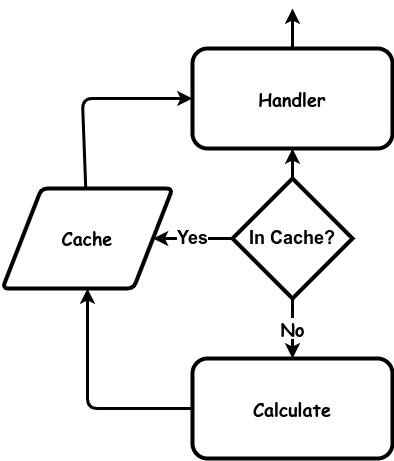
Above: images/caching.drawio.png in garfix/architectural-patterns (draw.io), before the change. Source tidied: cells renumbered, new cells last; positions are measured from the earlier drawing's top-left corner, leaving out a move shared by most shapes.
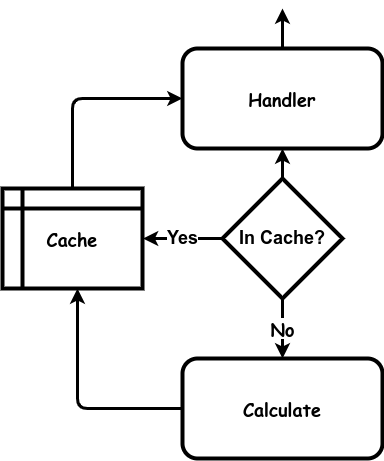
After the change.

The edit, as a diff of the source:
```diff
@@ -5,15 +5,14 @@
     <mxCell id="2" value="&lt;b style=&quot;font-size: 18px;&quot;&gt;Calculate&lt;br&gt;&lt;/b&gt;" style="rounded=1;whiteSpace=wrap;html=1;strokeWidth=4;fontFamily=Comic Sans MS;fontSize=18;" parent="1" vertex="1">
       <mxGeometry x="190" y="350" width="200" height="100" as="geometry" />
     </mxCell>
-    <mxCell id="3" value="&lt;b&gt;&lt;font style=&quot;font-size: 18px;&quot;&gt;Yes&lt;/font&gt;&lt;/b&gt;" style="endArrow=none;startArrow=classic;html=1;rounded=0;strokeWidth=3;endFill=0;" parent="1" edge="1" source="5" target="10">
-      <mxGeometry relative="1" as="geometry" />
+    <mxCell id="3" value="&lt;b&gt;&lt;font style=&quot;font-size: 18px;&quot;&gt;Yes&lt;/font&gt;&lt;/b&gt;" style="endArrow=none;startArrow=classic;html=1;rounded=0;strokeWidth=3;endFill=0;" parent="1" edge="1" target="10">
+      <mxGeometry relative="1" as="geometry">
+        <mxPoint x="150.4" y="230" as="sourcePoint" />
+      </mxGeometry>
     </mxCell>
     <mxCell id="4" value="&lt;b&gt;&lt;font style=&quot;font-size: 18px;&quot; face=&quot;Comic Sans MS&quot;&gt;No&lt;/font&gt;&lt;/b&gt;" style="endArrow=none;startArrow=classic;html=1;rounded=0;strokeWidth=3;endFill=0;" parent="1" edge="1" source="2" target="10">
       <mxGeometry relative="1" as="geometry" />
     </mxCell>
-    <mxCell id="5" value="&lt;font face=&quot;Comic Sans MS&quot; style=&quot;font-size: 18px;&quot;&gt;Cache&lt;br&gt;&lt;/font&gt;" style="shape=parallelogram;html=1;strokeWidth=4;perimeter=parallelogramPerimeter;whiteSpace=wrap;rounded=1;arcSize=12;size=0.23;fontStyle=1;fontSize=18;" parent="1" vertex="1">
-      <mxGeometry y="180" width="170" height="100" as="geometry" />
-    </mxCell>
     <mxCell id="6" style="endArrow=none;startArrow=classic;html=1;rounded=1;strokeWidth=3;endFill=0;" parent="1" edge="1" source="7" target="5">
       <mxGeometry relative="1" as="geometry">
         <Array as="points">
@@ -29,8 +28,9 @@
         <mxPoint x="290" as="sourcePoint" />
       </mxGeometry>
     </mxCell>
-    <mxCell id="9" style="endArrow=none;startArrow=classic;html=1;rounded=1;strokeWidth=3;endFill=0;" parent="1" edge="1" source="5" target="2">
+    <mxCell id="9" style="endArrow=none;startArrow=classic;html=1;rounded=1;strokeWidth=3;endFill=0;" parent="1" edge="1" target="2">
       <mxGeometry relative="1" as="geometry">
+        <mxPoint x="85" y="280" as="sourcePoint" />
         <Array as="points">
           <mxPoint x="85" y="330" />
           <mxPoint x="85" y="400" />
@@ -43,5 +43,8 @@
     <mxCell id="11" style="endArrow=none;startArrow=classic;html=1;rounded=0;strokeWidth=3;endFill=0;" parent="1" edge="1" source="7" target="10">
       <mxGeometry relative="1" as="geometry" />
     </mxCell>
+    <mxCell id="5" value="Cache" style="shape=internalStorage;whiteSpace=wrap;html=1;backgroundOutline=1;strokeWidth=4;fontSize=18;fontFamily=Comic Sans MS;fontStyle=1;" parent="1" vertex="1">
+      <mxGeometry x="10" y="180" width="140" height="100" as="geometry" />
+    </mxCell>
   </root>
 </mxGraphModel>
```
